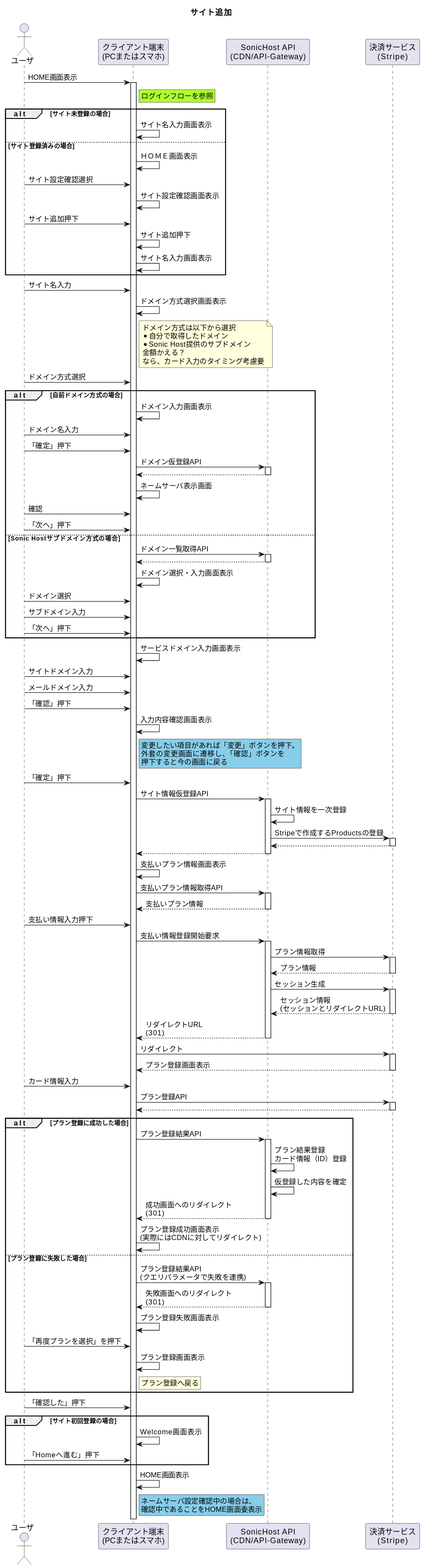
Above: 01_Sequences/03_SiteRegistration/01_AddSite/addSiteFlow.svg in Sonic-Host/documents (PlantUML), before the change.
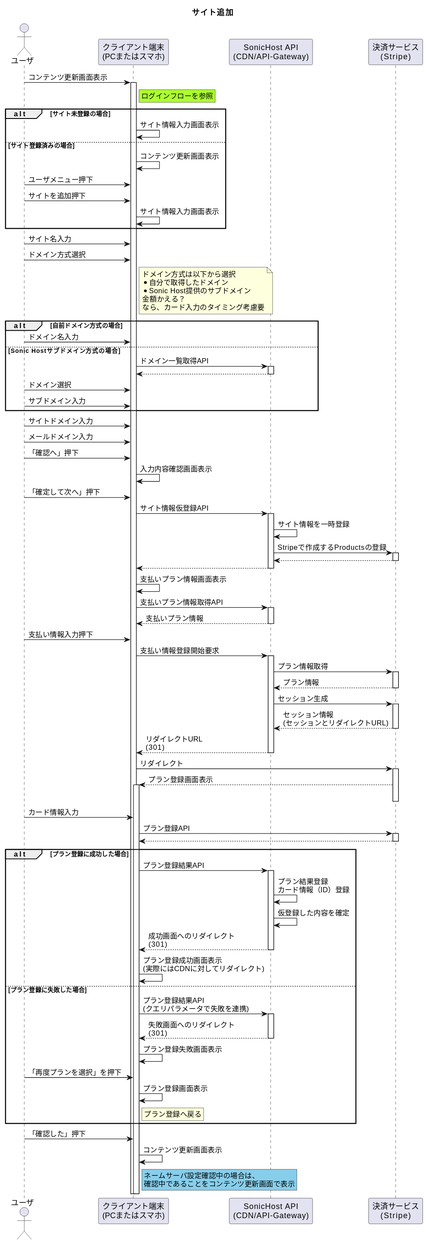
The same file after the commit.

What changed in the source:
```diff
@@ -7,22 +7,20 @@
 participant "決済サービス\n(Stripe)" as stripe
 
 
-user -> device ++: HOME画面表示
+user -> device ++: コンテンツ更新画面表示
 rnote right of device #GreenYellow
     ログインフローを参照
 end note
 alt サイト未登録の場合
-    device -> device : サイト名入力画面表示
+    device -> device : サイト情報入力画面表示
 else サイト登録済みの場合
-    device -> device : ＨＯＭＥ画面表示
-    user -> device : サイト設定確認選択
-    device -> device : サイト設定確認画面表示
-    user -> device : サイト追加押下
-    device -> device : サイト追加押下
-    device -> device : サイト名入力画面表示
+    device -> device : コンテンツ更新画面表示
+    user -> device : ユーザメニュー押下
+    user -> device : サイトを追加押下
+    device -> device : サイト情報入力画面表示
 end
 user -> device : サイト名入力
-device -> device : ドメイン方式選択画面表示
+user -> device : ドメイン方式選択
 note right of device
     ドメイン方式は以下から選択
     * 自分で取得したドメイン
@@ -30,37 +28,22 @@
     金額かえる？
     なら、カード入力のタイミング考慮要
 end note
-user -> device : ドメイン方式選択
 alt 自前ドメイン方式の場合
-    device -> device :ドメイン入力画面表示
     user -> device : ドメイン名入力
-    user -> device : 「確定」押下
-    device -> api ++ : ドメイン仮登録API
-    device <-- api --
-    device -> device : ネームサーバ表示画面
-    user -> device : 確認
-    user -> device : 「次へ」押下
 else Sonic Hostサブドメイン方式の場合
     device -> api ++ : ドメイン一覧取得API
     device <-- api --
-    device -> device : ドメイン選択・入力画面表示
     user -> device : ドメイン選択
     user -> device : サブドメイン入力
-    user -> device : 「次へ」押下
 end
-device -> device : サービスドメイン入力画面表示
 user -> device : サイトドメイン入力
 user -> device : メールドメイン入力
-user -> device : 「確認」押下
+user -> device : 「確認へ」押下
 device -> device : 入力内容確認画面表示
-rnote right of device #SkyBlue
-    変更したい項目があれば「変更」ボタンを押下。
-    外套の変更画面に遷移し、「確認」ボタンを
-    押下すると今の画面に戻る
-end note
-user -> device : 「確定」押下
+
+user -> device : 「確定して次へ」押下
 device -> api ++ : サイト情報仮登録API
-api -> api  : サイト情報を一次登録
+api -> api  : サイト情報を一時登録
 api -> stripe ++ : Stripeで作成するProductsの登録
 api <-- stripe --
 device <-- api --
@@ -75,7 +58,7 @@
 api <-- stripe -- : セッション情報\n(セッションとリダイレクトURL)
 device <-- api -- : リダイレクトURL\n(301)
 device -> stripe ++ : リダイレクト
-device <-- stripe -- : プラン登録画面表示
+device <-- stripe ++-- : プラン登録画面表示
 user -> device : カード情報入力
 device -> stripe ++ : プラン登録API
 device <-- stripe --
@@ -96,14 +79,9 @@
     end note
 end
 user -> device : 「確認した」押下
-
-alt サイト初回登録の場合
-    device -> device : Welcome画面表示
-    user -> device : 「Homeへ進む」押下
-end
-device -> device : HOME画面表示
+device -> device : コンテンツ更新画面表示
 rnote right of device #SkyBlue
     ネームサーバ設定確認中の場合は、
-    確認中であることをHOME画面委表示
+    確認中であることをコンテンツ更新画面で表示
 end note
 @enduml
```
